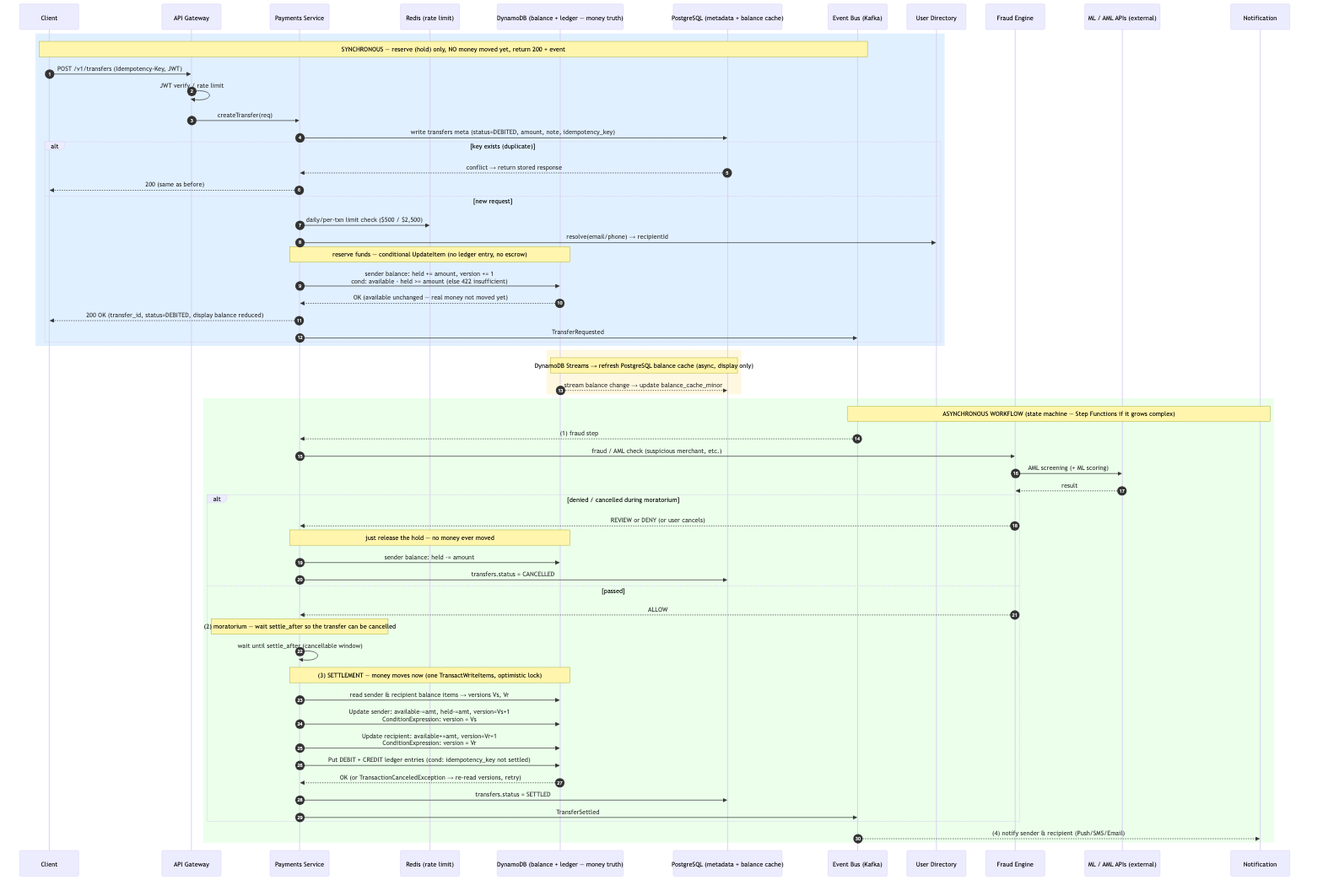
The Mermaid diagram 1-p2p-transaction/transfer-sequence.png in masayukitanaka/system-designs, before a commit. Its source is kept beside it as 1-p2p-transaction/diagrams/transfer-sequence.mmd. Its diagram source:
```mermaid
sequenceDiagram
    autonumber
    participant C as クライアント
    participant GW as API Gateway
    participant P as Payments Service
    participant R as Redis (レート制限)
    participant DDB as DynamoDB (残高 + 台帳 — 金額の真実)
    participant PG as PostgreSQL (メタデータ + 残高キャッシュ)
    participant MQ as Event Bus (Kafka)
    participant U as User Directory
    participant F as Fraud Engine
    participant X as ML / AML APIs (外部)
    participant N as Notification

    rect rgb(225, 240, 255)
    Note over C,MQ: 同期処理 — 予約(hold)のみ、まだお金は動かさない、200 + イベント
    C->>GW: POST /v1/transfers (Idempotency-Key, JWT)
    GW->>GW: JWT検証 / レート制限
    GW->>P: createTransfer(req)
    P->>PG: transfersメタ書込 (status=DEBITED, amount, note, idempotency_key)
    alt キー既存 (重複)
        PG-->>P: 競合 → 保存済みレスポンス返却
        P-->>C: 200 (前回と同一)
    else 新規リクエスト
        P->>R: 日次/取引限度チェック ($500 / $2,500)
        P->>U: resolve(email/phone) → recipientId
        Note over P,DDB: 資金を予約 — 条件付き UpdateItem (台帳記帳なし, エスクローなし)
        P->>DDB: 送金者残高: held += 金額, version += 1<br/>条件: available - held >= 金額 (満たさねば422残高不足)
        DDB-->>P: OK (available据え置き — 実際のお金はまだ動かない)
        P-->>C: 200 OK (transfer_id, status=DEBITED, 見た目の残高は減少)
        P->>MQ: TransferRequested
    end
    end

    rect rgb(255, 248, 225)
    Note over DDB,PG: DynamoDB Streams → PostgreSQL残高キャッシュ更新 (非同期, 表示用のみ)
    DDB-->>PG: 残高変更をストリーム → balance_cache_minor 更新
    end

    rect rgb(235, 255, 235)
    Note over MQ,N: 非同期ワークフロー (ステートマシン — 複雑化すれば Step Functions)
    MQ-->>P: (1) fraud ステップ
    P->>F: fraud / AML チェック (怪しいマーチャント等)
    F->>X: AML スクリーニング (+ MLスコアリング)
    X-->>F: 結果
    alt 却下 / モラトリアム中に取消
        F-->>P: REVIEW または DENY (またはユーザー取消)
        Note over P,DDB: holdを解放するだけ — お金は一度も動いていない
        P->>DDB: 送金者残高: held -= 金額
        P->>PG: transfers.status = CANCELLED
    else 通過
        F-->>P: ALLOW
        Note over P: (2) モラトリアム — settle_after まで待機し取消可能にする
        P->>P: settle_after まで待機 (取消可能な期間)
        Note over P,DDB: (3) 決済 — お金が動く (1回の TransactWriteItems, 楽観ロック)
        P->>DDB: 送金者・受取人の残高アイテムを読む → version Vs, Vr
        P->>DDB: 送金者更新: available-=金額, held-=金額, version=Vs+1<br/>ConditionExpression: version = Vs
        P->>DDB: 受取人更新: available+=金額, version=Vr+1<br/>ConditionExpression: version = Vr
        P->>DDB: DEBIT + CREDIT 台帳エントリput (条件: idempotency_key 未決済)
        DDB-->>P: OK (または TransactionCanceledException → version再読込しリトライ)
        P->>PG: transfers.status = SETTLED
        P->>MQ: TransferSettled
    end
    MQ-->>N: (4) 送金者・受取人へ通知 (Push/SMS/Email)
    end
```
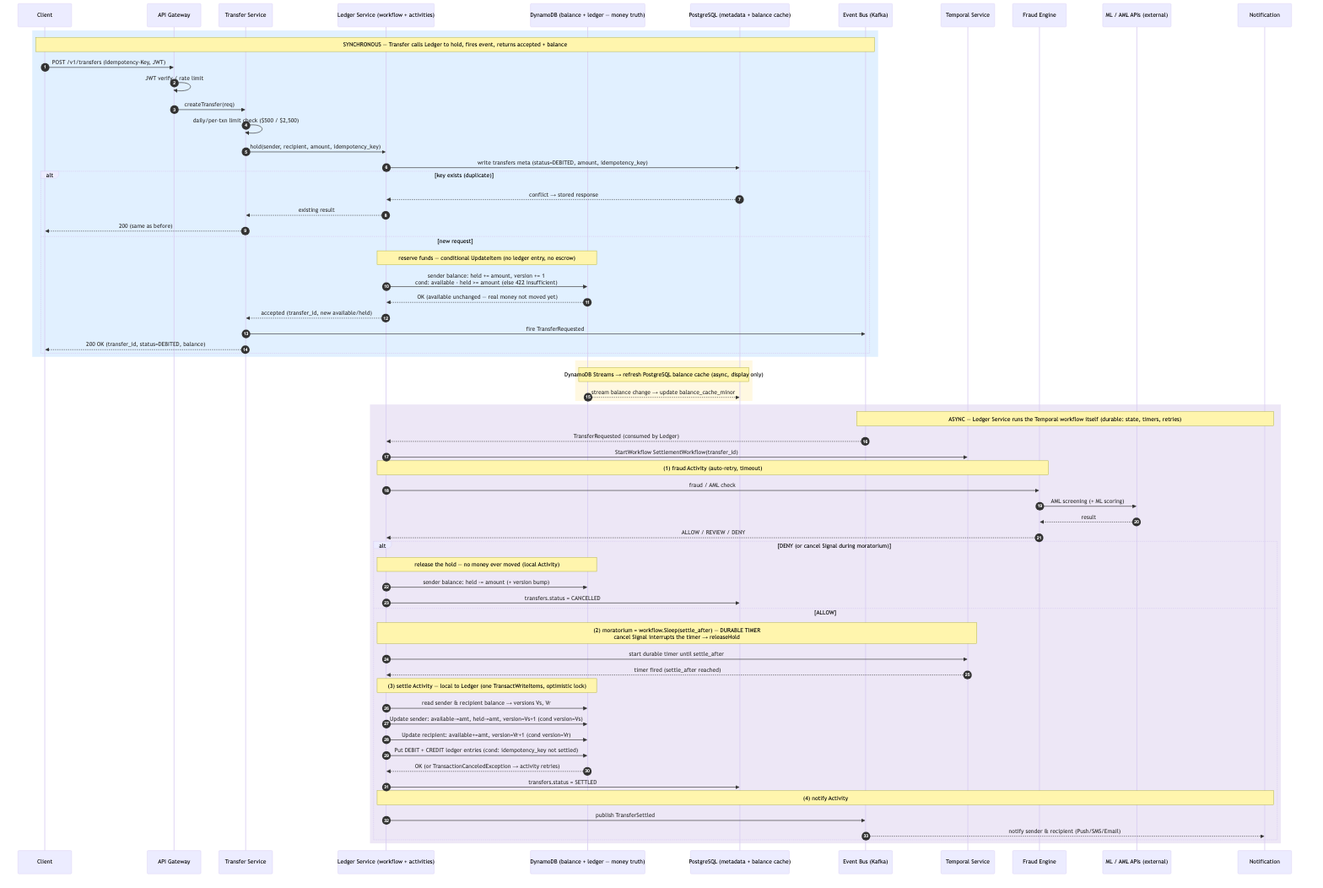
Above is the later version.

The edit, as a diff of the source:
```diff
@@ -2,33 +2,35 @@
     autonumber
     participant C as クライアント
     participant GW as API Gateway
-    participant P as Payments Service
-    participant R as Redis (レート制限)
+    participant TR as Transfer Service
+    participant LG as Ledger Service (ワークフロー + Activity)
     participant DDB as DynamoDB (残高 + 台帳 — 金額の真実)
     participant PG as PostgreSQL (メタデータ + 残高キャッシュ)
     participant MQ as Event Bus (Kafka)
-    participant U as User Directory
+    participant TS as Temporal Service
     participant F as Fraud Engine
     participant X as ML / AML APIs (外部)
     participant N as Notification
 
     rect rgb(225, 240, 255)
-    Note over C,MQ: 同期処理 — 予約(hold)のみ、まだお金は動かさない、200 + イベント
+    Note over C,MQ: 同期 — TransferがLedgerをコールしてhold、イベント発火、受付完了+残高を返却
     C->>GW: POST /v1/transfers (Idempotency-Key, JWT)
     GW->>GW: JWT検証 / レート制限
-    GW->>P: createTransfer(req)
-    P->>PG: transfersメタ書込 (status=DEBITED, amount, note, idempotency_key)
+    GW->>TR: createTransfer(req)
+    TR->>TR: 日次/取引限度チェック ($500 / $2,500)
+    TR->>LG: hold(送金者, 受取人, 金額, idempotency_key)
+    LG->>PG: transfersメタ書込 (status=DEBITED, amount, idempotency_key)
     alt キー既存 (重複)
-        PG-->>P: 競合 → 保存済みレスポンス返却
-        P-->>C: 200 (前回と同一)
+        PG-->>LG: 競合 → 保存済みレスポンス
+        LG-->>TR: 既存の結果
+        TR-->>C: 200 (前回と同一)
     else 新規リクエスト
-        P->>R: 日次/取引限度チェック ($500 / $2,500)
-        P->>U: resolve(email/phone) → recipientId
-        Note over P,DDB: 資金を予約 — 条件付き UpdateItem (台帳記帳なし, エスクローなし)
-        P->>DDB: 送金者残高: held += 金額, version += 1<br/>条件: available - held >= 金額 (満たさねば422残高不足)
-        DDB-->>P: OK (available据え置き — 実際のお金はまだ動かない)
-        P-->>C: 200 OK (transfer_id, status=DEBITED, 見た目の残高は減少)
-        P->>MQ: TransferRequested
+        Note over LG,DDB: 資金を予約 — 条件付き UpdateItem (台帳記帳なし, エスクローなし)
+        LG->>DDB: 送金者残高: held += 金額, version += 1<br/>条件: available - held >= 金額 (満たさねば422残高不足)
+        DDB-->>LG: OK (available据え置き — 実際のお金はまだ動かない)
+        LG-->>TR: 受付完了 (transfer_id, 新しい available/held)
+        TR->>MQ: TransferRequested 発火
+        TR-->>C: 200 OK (transfer_id, status=DEBITED, 残高)
     end
     end
 
@@ -37,29 +39,32 @@
     DDB-->>PG: 残高変更をストリーム → balance_cache_minor 更新
     end
 
-    rect rgb(235, 255, 235)
-    Note over MQ,N: 非同期ワークフロー (ステートマシン — 複雑化すれば Step Functions)
-    MQ-->>P: (1) fraud ステップ
-    P->>F: fraud / AML チェック (怪しいマーチャント等)
+    rect rgb(237, 231, 246)
+    Note over MQ,N: 非同期 — Ledger Service自身がTemporalワークフローを実行 (永続: 状態・タイマー・リトライ)
+    MQ-->>LG: TransferRequested (Ledgerが消費)
+    LG->>TS: StartWorkflow SettlementWorkflow(transfer_id)
+    Note over LG,F: (1) fraud Activity (自動リトライ, タイムアウト)
+    LG->>F: fraud / AML チェック
     F->>X: AML スクリーニング (+ MLスコアリング)
     X-->>F: 結果
-    alt 却下 / モラトリアム中に取消
-        F-->>P: REVIEW または DENY (またはユーザー取消)
-        Note over P,DDB: holdを解放するだけ — お金は一度も動いていない
-        P->>DDB: 送金者残高: held -= 金額
-        P->>PG: transfers.status = CANCELLED
-    else 通過
-        F-->>P: ALLOW
-        Note over P: (2) モラトリアム — settle_after まで待機し取消可能にする
-        P->>P: settle_after まで待機 (取消可能な期間)
-        Note over P,DDB: (3) 決済 — お金が動く (1回の TransactWriteItems, 楽観ロック)
-        P->>DDB: 送金者・受取人の残高アイテムを読む → version Vs, Vr
-        P->>DDB: 送金者更新: available-=金額, held-=金額, version=Vs+1<br/>ConditionExpression: version = Vs
-        P->>DDB: 受取人更新: available+=金額, version=Vr+1<br/>ConditionExpression: version = Vr
-        P->>DDB: DEBIT + CREDIT 台帳エントリput (条件: idempotency_key 未決済)
-        DDB-->>P: OK (または TransactionCanceledException → version再読込しリトライ)
-        P->>PG: transfers.status = SETTLED
-        P->>MQ: TransferSettled
+    F-->>LG: ALLOW / REVIEW / DENY
+    alt DENY  (またはモラトリアム中の取消 Signal)
+        Note over LG,DDB: holdを解放するだけ — お金は一度も動いていない (内部Activity)
+        LG->>DDB: 送金者残高: held -= 金額 (+ version加算)
+        LG->>PG: transfers.status = CANCELLED
+    else ALLOW
+        Note over LG,TS: (2) モラトリアム = workflow.Sleep(settle_after) — DURABLE TIMER<br/>取消Signalがタイマーに割り込み → releaseHold
+        LG->>TS: settle_after までの durable timer を開始
+        TS-->>LG: タイマー発火 (settle_after 到来)
+        Note over LG,DDB: (3) 決済 Activity — Ledger内部 (1回の TransactWriteItems, 楽観ロック)
+        LG->>DDB: 送金者・受取人の残高を読む → version Vs, Vr
+        LG->>DDB: 送金者更新: available-=金額, held-=金額, version=Vs+1 (条件 version=Vs)
+        LG->>DDB: 受取人更新: available+=金額, version=Vr+1 (条件 version=Vr)
+        LG->>DDB: DEBIT + CREDIT 台帳エントリput (条件: idempotency_key 未決済)
+        DDB-->>LG: OK (または TransactionCanceledException → Activityがリトライ)
+        LG->>PG: transfers.status = SETTLED
+        Note over LG,N: (4) 通知 Activity
+        LG->>MQ: TransferSettled を発行
+        MQ-->>N: 送金者・受取人へ通知 (Push/SMS/Email)
     end
-    MQ-->>N: (4) 送金者・受取人へ通知 (Push/SMS/Email)
     end
```
